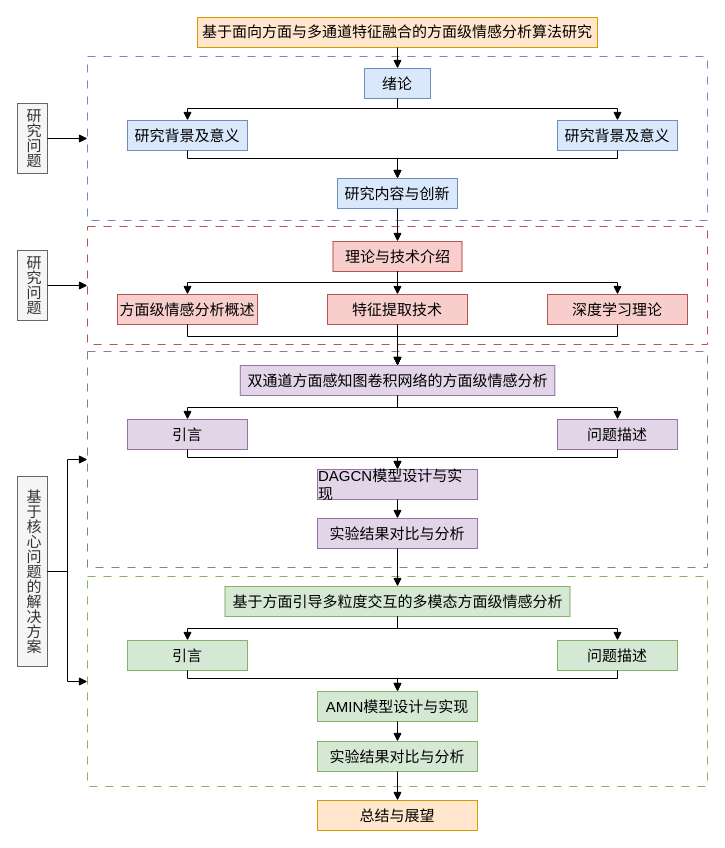
Earlier version of the draw.io diagram machine-learning/organizationStructure.drawio (zhaicao/images). Source tidied: cells renumbered, new cells numbered last; positions are measured from the earlier drawing's top-left corner, leaving out a move shared by most shapes. Both pictures are drawn from the tidied source at 100%, with x=0, y=0 at pixel (17, 17).
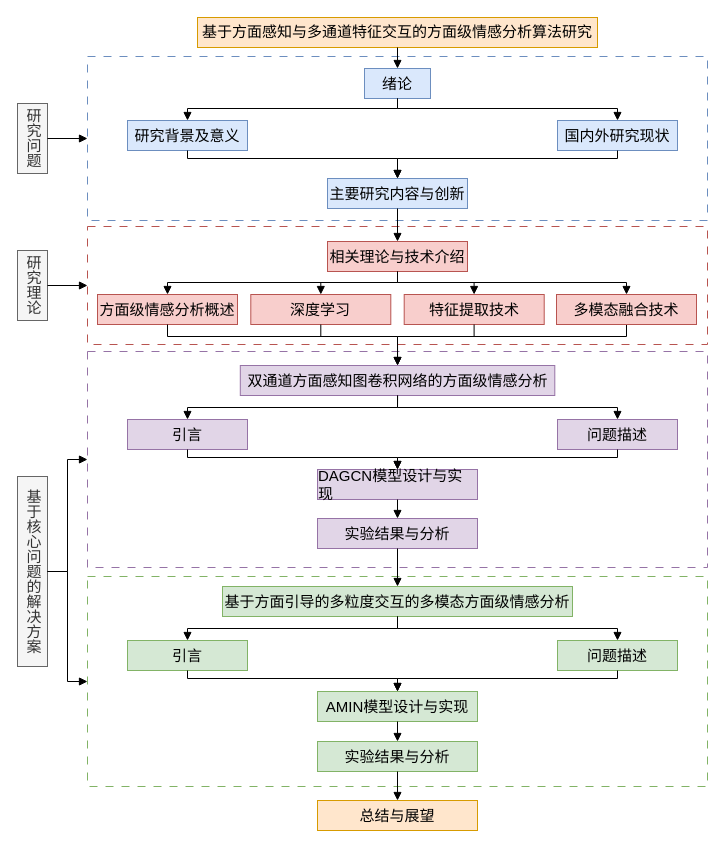
After the change.

Unchanged cells that the change refers to:
```xml
<mxCell id="14" value="&lt;div style=&quot;text-align: left;&quot;&gt;&lt;span style=&quot;background-color: transparent; color: light-dark(rgb(0, 0, 0), rgb(255, 255, 255));&quot;&gt;&lt;font face=&quot;黑体&quot;&gt;双通道方面感知图卷积网络的方面级情感分析&lt;/font&gt;&lt;/span&gt;&lt;/div&gt;" style="rounded=0;whiteSpace=wrap;html=1;fontSize=15;fillColor=#e1d5e7;strokeColor=#9673a6;" parent="1" vertex="1">
  <mxGeometry x="222.8" y="348" width="314.5" height="30" as="geometry" />
</mxCell>
```

Change to the diagram source:
```diff
@@
-    <mxCell id="3" value="&lt;font&gt;&lt;font style=&quot;text-align: left;&quot;&gt;&lt;span style=&quot;line-height: 22.5px; font-family: 黑体;&quot;&gt;基于面向方面与多通道特征融合的&lt;/span&gt;&lt;/font&gt;&lt;span style=&quot;color: light-dark(rgb(0, 0, 0), rgb(255, 255, 255)); text-align: left; background-color: transparent; font-family: 黑体;&quot;&gt;方面级情感分析算法研究&lt;/span&gt;&lt;/font&gt;" style="rounded=0;whiteSpace=wrap;html=1;fontSize=15;fillColor=#ffe6cc;strokeColor=#d79b00;" parent="1" vertex="1">
+    <mxCell id="3" value="&lt;font&gt;&lt;font style=&quot;text-align: left;&quot;&gt;&lt;span style=&quot;line-height: 22.5px; font-family: 黑体;&quot;&gt;基于方面感知与多通道特征交互的&lt;/span&gt;&lt;/font&gt;&lt;span style=&quot;color: light-dark(rgb(0, 0, 0), rgb(255, 255, 255)); text-align: left; background-color: transparent; font-family: 黑体;&quot;&gt;方面级情感分析算法研究&lt;/span&gt;&lt;/font&gt;" style="rounded=0;whiteSpace=wrap;html=1;fontSize=15;fillColor=#ffe6cc;strokeColor=#d79b00;" parent="1" vertex="1">
       <mxGeometry x="180" width="400" height="30" as="geometry" />
     </mxCell>
@@
-    <mxCell id="6" value="&lt;div style=&quot;text-align: left;&quot;&gt;&lt;span style=&quot;background-color: transparent; color: light-dark(rgb(0, 0, 0), rgb(255, 255, 255));&quot;&gt;&lt;font face=&quot;黑体&quot;&gt;研究背景及意义&lt;/font&gt;&lt;/span&gt;&lt;/div&gt;" style="rounded=0;whiteSpace=wrap;html=1;fontSize=15;fillColor=#dae8fc;strokeColor=#6c8ebf;" parent="1" vertex="1">
+    <mxCell id="6" value="&lt;div style=&quot;text-align: left;&quot;&gt;&lt;span style=&quot;background-color: transparent; color: light-dark(rgb(0, 0, 0), rgb(255, 255, 255));&quot;&gt;&lt;font face=&quot;黑体&quot;&gt;国内外研究现状&lt;/font&gt;&lt;/span&gt;&lt;/div&gt;" style="rounded=0;whiteSpace=wrap;html=1;fontSize=15;fillColor=#dae8fc;strokeColor=#6c8ebf;" parent="1" vertex="1">
       <mxGeometry x="540" y="103" width="120" height="30" as="geometry" />
     </mxCell>
-    <mxCell id="7" value="&lt;div style=&quot;text-align: left;&quot;&gt;&lt;span style=&quot;background-color: transparent; color: light-dark(rgb(0, 0, 0), rgb(255, 255, 255));&quot;&gt;&lt;font face=&quot;黑体&quot;&gt;研究内容与创新&lt;/font&gt;&lt;/span&gt;&lt;/div&gt;" style="rounded=0;whiteSpace=wrap;html=1;fontSize=15;fillColor=#dae8fc;strokeColor=#6c8ebf;" parent="1" vertex="1">
-      <mxGeometry x="320" y="161" width="120" height="30" as="geometry" />
+    <mxCell id="7" value="&lt;div style=&quot;text-align: left;&quot;&gt;&lt;span style=&quot;background-color: transparent; color: light-dark(rgb(0, 0, 0), rgb(255, 255, 255));&quot;&gt;&lt;font face=&quot;黑体&quot;&gt;主要研究内容与创新&lt;/font&gt;&lt;/span&gt;&lt;/div&gt;" style="rounded=0;whiteSpace=wrap;html=1;fontSize=15;fillColor=#dae8fc;strokeColor=#6c8ebf;" parent="1" vertex="1">
+      <mxGeometry x="310" y="161" width="140" height="30" as="geometry" />
     </mxCell>
@@
-    <mxCell id="9" value="&lt;div style=&quot;text-align: left;&quot;&gt;&lt;span style=&quot;background-color: transparent; color: light-dark(rgb(0, 0, 0), rgb(255, 255, 255));&quot;&gt;&lt;font face=&quot;黑体&quot;&gt;理论与技术介绍&lt;/font&gt;&lt;/span&gt;&lt;/div&gt;" style="rounded=0;whiteSpace=wrap;html=1;fontSize=15;fillColor=#f8cecc;strokeColor=#b85450;" parent="1" vertex="1">
-      <mxGeometry x="315.5" y="224" width="129" height="30" as="geometry" />
+    <mxCell id="9" value="&lt;div style=&quot;text-align: left;&quot;&gt;&lt;span style=&quot;background-color: transparent; color: light-dark(rgb(0, 0, 0), rgb(255, 255, 255));&quot;&gt;&lt;font face=&quot;黑体&quot;&gt;相关理论与技术介绍&lt;/font&gt;&lt;/span&gt;&lt;/div&gt;" style="rounded=0;whiteSpace=wrap;html=1;fontSize=15;fillColor=#f8cecc;strokeColor=#b85450;" parent="1" vertex="1">
+      <mxGeometry x="310" y="224" width="140" height="30" as="geometry" />
     </mxCell>
     <mxCell id="10" value="&lt;div style=&quot;text-align: left;&quot;&gt;&lt;span style=&quot;background-color: transparent; color: light-dark(rgb(0, 0, 0), rgb(255, 255, 255));&quot;&gt;&lt;font face=&quot;黑体&quot;&gt;方面级情感分析概述&lt;/font&gt;&lt;/span&gt;&lt;/div&gt;" style="rounded=0;whiteSpace=wrap;html=1;fontSize=15;fillColor=#f8cecc;strokeColor=#b85450;" parent="1" vertex="1">
-      <mxGeometry x="100" y="277" width="140" height="30" as="geometry" />
+      <mxGeometry x="80" y="277" width="140" height="30" as="geometry" />
     </mxCell>
-    <mxCell id="11" value="&lt;div style=&quot;text-align: left;&quot;&gt;&lt;span style=&quot;background-color: transparent; color: light-dark(rgb(0, 0, 0), rgb(255, 255, 255));&quot;&gt;&lt;font face=&quot;黑体&quot;&gt;深度学习理论&lt;/font&gt;&lt;/span&gt;&lt;/div&gt;" style="rounded=0;whiteSpace=wrap;html=1;fontSize=15;fillColor=#f8cecc;strokeColor=#b85450;" parent="1" vertex="1">
-      <mxGeometry x="530" y="277" width="140" height="30" as="geometry" />
+    <mxCell id="11" value="&lt;div style=&quot;text-align: left;&quot;&gt;&lt;span style=&quot;background-color: transparent; color: light-dark(rgb(0, 0, 0), rgb(255, 255, 255));&quot;&gt;&lt;font face=&quot;黑体&quot;&gt;特征提取技术&lt;/font&gt;&lt;/span&gt;&lt;/div&gt;" style="rounded=0;whiteSpace=wrap;html=1;fontSize=15;fillColor=#f8cecc;strokeColor=#b85450;" parent="1" vertex="1">
+      <mxGeometry x="386.7" y="277" width="140" height="30" as="geometry" />
     </mxCell>
-    <mxCell id="12" value="&lt;div style=&quot;text-align: left;&quot;&gt;&lt;span style=&quot;background-color: transparent; color: light-dark(rgb(0, 0, 0), rgb(255, 255, 255));&quot;&gt;&lt;font face=&quot;黑体&quot;&gt;特征提取技术&lt;/font&gt;&lt;/span&gt;&lt;/div&gt;" style="rounded=0;whiteSpace=wrap;html=1;fontSize=15;fillColor=#f8cecc;strokeColor=#b85450;" parent="1" vertex="1">
-      <mxGeometry x="310" y="277" width="140" height="30" as="geometry" />
+    <mxCell id="12" value="&lt;div style=&quot;text-align: left;&quot;&gt;&lt;font face=&quot;黑体&quot;&gt;深度学习&lt;/font&gt;&lt;/div&gt;" style="rounded=0;whiteSpace=wrap;html=1;fontSize=15;fillColor=#f8cecc;strokeColor=#b85450;" parent="1" vertex="1">
+      <mxGeometry x="233.3" y="277" width="140" height="30" as="geometry" />
     </mxCell>
@@
-    <mxCell id="18" value="&lt;div style=&quot;text-align: left;&quot;&gt;&lt;font face=&quot;黑体&quot;&gt;实验结果对比与分析&lt;/font&gt;&lt;/div&gt;" style="rounded=0;whiteSpace=wrap;html=1;fontSize=15;fillColor=#e1d5e7;strokeColor=#9673a6;" parent="1" vertex="1">
+    <mxCell id="18" value="&lt;div style=&quot;text-align: left;&quot;&gt;&lt;font face=&quot;黑体&quot;&gt;实验结果与分析&lt;/font&gt;&lt;/div&gt;" style="rounded=0;whiteSpace=wrap;html=1;fontSize=15;fillColor=#e1d5e7;strokeColor=#9673a6;" parent="1" vertex="1">
       <mxGeometry x="300" y="501" width="160" height="30" as="geometry" />
     </mxCell>
@@
-    <mxCell id="20" value="&lt;div style=&quot;text-align: left;&quot;&gt;&lt;span style=&quot;background-color: transparent; color: light-dark(rgb(0, 0, 0), rgb(255, 255, 255));&quot;&gt;&lt;font face=&quot;黑体&quot;&gt;基于方面引导多粒度交互的多模态方面级情感分析&lt;/font&gt;&lt;/span&gt;&lt;/div&gt;" style="rounded=0;whiteSpace=wrap;html=1;fontSize=15;fillColor=#d5e8d4;strokeColor=#82b366;" parent="1" vertex="1">
-      <mxGeometry x="207.5" y="569" width="345" height="30" as="geometry" />
+    <mxCell id="20" value="&lt;div style=&quot;text-align: left;&quot;&gt;&lt;span style=&quot;background-color: transparent; color: light-dark(rgb(0, 0, 0), rgb(255, 255, 255));&quot;&gt;&lt;font face=&quot;黑体&quot;&gt;基于方面引导的多粒度交互的多模态方面级情感分析&lt;/font&gt;&lt;/span&gt;&lt;/div&gt;" style="rounded=0;whiteSpace=wrap;html=1;fontSize=15;fillColor=#d5e8d4;strokeColor=#82b366;" parent="1" vertex="1">
+      <mxGeometry x="205" y="569" width="350" height="30" as="geometry" />
     </mxCell>
@@
-    <mxCell id="24" value="&lt;div style=&quot;text-align: left;&quot;&gt;&lt;font face=&quot;黑体&quot;&gt;实验结果对比与分析&lt;/font&gt;&lt;/div&gt;" style="rounded=0;whiteSpace=wrap;html=1;fontSize=15;fillColor=#d5e8d4;strokeColor=#82b366;" parent="1" vertex="1">
+    <mxCell id="24" value="&lt;div style=&quot;text-align: left;&quot;&gt;&lt;font face=&quot;黑体&quot;&gt;实验结果与分析&lt;/font&gt;&lt;/div&gt;" style="rounded=0;whiteSpace=wrap;html=1;fontSize=15;fillColor=#d5e8d4;strokeColor=#82b366;" parent="1" vertex="1">
       <mxGeometry x="300" y="724" width="160" height="30" as="geometry" />
     </mxCell>
@@
-    <mxCell id="26" value="研究问题" style="rounded=0;whiteSpace=wrap;html=1;textDirection=vertical-rl;fontSize=15;fillColor=#f5f5f5;fontColor=#333333;strokeColor=#666666;" parent="1" vertex="1">
+    <mxCell id="26" value="研究理论" style="rounded=0;whiteSpace=wrap;html=1;textDirection=vertical-rl;fontSize=15;fillColor=#f5f5f5;fontColor=#333333;strokeColor=#666666;" parent="1" vertex="1">
       <mxGeometry y="233" width="30" height="70" as="geometry" />
     </mxCell>
@@
     <mxCell id="38" style="endArrow=block;html=1;rounded=0;endFill=1;entryX=0.5;entryY=0;entryDx=0;entryDy=0;exitX=0.5;exitY=1;exitDx=0;exitDy=0;fillColor=#f8cecc;strokeColor=#000000;" parent="1" edge="1" source="9" target="10">
       <mxGeometry relative="1" as="geometry">
         <Array as="points">
           <mxPoint x="380" y="265" />
-          <mxPoint x="170" y="265" />
+          <mxPoint x="150" y="265" />
         </Array>
       </mxGeometry>
     </mxCell>
-    <mxCell id="39" style="endArrow=block;html=1;rounded=0;endFill=1;entryX=0.5;entryY=0;entryDx=0;entryDy=0;exitX=0.5;exitY=1;exitDx=0;exitDy=0;fillColor=#f8cecc;strokeColor=#000000;" parent="1" edge="1" source="9" target="11">
+    <mxCell id="39" style="endArrow=block;html=1;rounded=0;endFill=1;entryX=0.5;entryY=0;entryDx=0;entryDy=0;exitX=0.5;exitY=1;exitDx=0;exitDy=0;fillColor=#f8cecc;strokeColor=#000000;" parent="1" edge="1" source="9" target="57">
       <mxGeometry relative="1" as="geometry">
         <Array as="points">
           <mxPoint x="380" y="265" />
-          <mxPoint x="600" y="265" />
+          <mxPoint x="609" y="265" />
         </Array>
       </mxGeometry>
     </mxCell>
-    <mxCell id="40" style="endArrow=block;html=1;rounded=0;endFill=1;entryX=0.5;entryY=0;entryDx=0;entryDy=0;exitX=0.5;exitY=1;exitDx=0;exitDy=0;fillColor=#f8cecc;strokeColor=#000000;" parent="1" edge="1" source="9" target="12">
-      <mxGeometry relative="1" as="geometry" />
-    </mxCell>
-    <mxCell id="41" style="endArrow=block;html=1;rounded=0;endFill=1;entryX=0.5;entryY=0;entryDx=0;entryDy=0;exitX=0.5;exitY=1;exitDx=0;exitDy=0;fillColor=#f8cecc;strokeColor=#000000;" parent="1" edge="1" source="12" target="14">
-      <mxGeometry relative="1" as="geometry" />
-    </mxCell>
@@
     <mxCell id="55" style="endArrow=block;html=1;rounded=0;endFill=1;entryX=0.5;entryY=0;entryDx=0;entryDy=0;exitX=0.5;exitY=1;exitDx=0;exitDy=0;fillColor=#f8cecc;strokeColor=#000000;" parent="1" edge="1" source="10" target="14">
       <mxGeometry relative="1" as="geometry">
         <Array as="points">
-          <mxPoint x="170" y="319" />
+          <mxPoint x="150" y="319" />
           <mxPoint x="380" y="319" />
         </Array>
       </mxGeometry>
     </mxCell>
-    <mxCell id="56" style="endArrow=block;html=1;rounded=0;endFill=1;entryX=0.5;entryY=0;entryDx=0;entryDy=0;exitX=0.5;exitY=1;exitDx=0;exitDy=0;fillColor=#f8cecc;strokeColor=#000000;" parent="1" edge="1" source="11" target="14">
+    <mxCell id="56" style="endArrow=block;html=1;rounded=0;endFill=1;entryX=0.5;entryY=0;entryDx=0;entryDy=0;exitX=0.5;exitY=1;exitDx=0;exitDy=0;fillColor=#f8cecc;strokeColor=#000000;" parent="1" edge="1" source="57" target="14">
       <mxGeometry relative="1" as="geometry">
         <Array as="points">
-          <mxPoint x="600" y="319" />
+          <mxPoint x="609" y="319" />
           <mxPoint x="380" y="319" />
         </Array>
       </mxGeometry>
     </mxCell>
+    <mxCell id="57" value="&lt;div style=&quot;text-align: left;&quot;&gt;&lt;span style=&quot;background-color: transparent; color: light-dark(rgb(0, 0, 0), rgb(255, 255, 255));&quot;&gt;&lt;font face=&quot;黑体&quot;&gt;多模态融合技术&lt;/font&gt;&lt;/span&gt;&lt;/div&gt;" style="rounded=0;whiteSpace=wrap;html=1;fontSize=15;fillColor=#f8cecc;strokeColor=#b85450;" parent="1" vertex="1">
+      <mxGeometry x="539" y="277" width="140" height="30" as="geometry" />
+    </mxCell>
+    <mxCell id="58" style="endArrow=block;html=1;rounded=0;endFill=1;entryX=0.5;entryY=0;entryDx=0;entryDy=0;exitX=0.5;exitY=1;exitDx=0;exitDy=0;fillColor=#f8cecc;strokeColor=#000000;" parent="1" edge="1">
+      <mxGeometry relative="1" as="geometry">
+        <mxPoint x="303.3" y="265" as="sourcePoint" />
+        <mxPoint x="303.3" y="277" as="targetPoint" />
+      </mxGeometry>
+    </mxCell>
+    <mxCell id="59" style="endArrow=block;html=1;rounded=0;endFill=1;entryX=0.5;entryY=0;entryDx=0;entryDy=0;exitX=0.5;exitY=1;exitDx=0;exitDy=0;fillColor=#f8cecc;strokeColor=#000000;" parent="1" edge="1">
+      <mxGeometry relative="1" as="geometry">
+        <mxPoint x="456.6" y="265" as="sourcePoint" />
+        <mxPoint x="456.6" y="277" as="targetPoint" />
+      </mxGeometry>
+    </mxCell>
+    <mxCell id="60" style="endArrow=none;html=1;rounded=0;entryX=0.478;entryY=1.007;entryDx=0;entryDy=0;entryPerimeter=0;" parent="1" edge="1">
+      <mxGeometry relative="1" as="geometry">
+        <mxPoint x="303.3" y="318.8" as="sourcePoint" />
+        <mxPoint x="303.3" y="307" as="targetPoint" />
+      </mxGeometry>
+    </mxCell>
+    <mxCell id="61" style="endArrow=none;html=1;rounded=0;entryX=0.478;entryY=1.007;entryDx=0;entryDy=0;entryPerimeter=0;" parent="1" edge="1">
+      <mxGeometry relative="1" as="geometry">
+        <mxPoint x="456.6" y="318.8" as="sourcePoint" />
+        <mxPoint x="456.6" y="307" as="targetPoint" />
+      </mxGeometry>
+    </mxCell>
```
